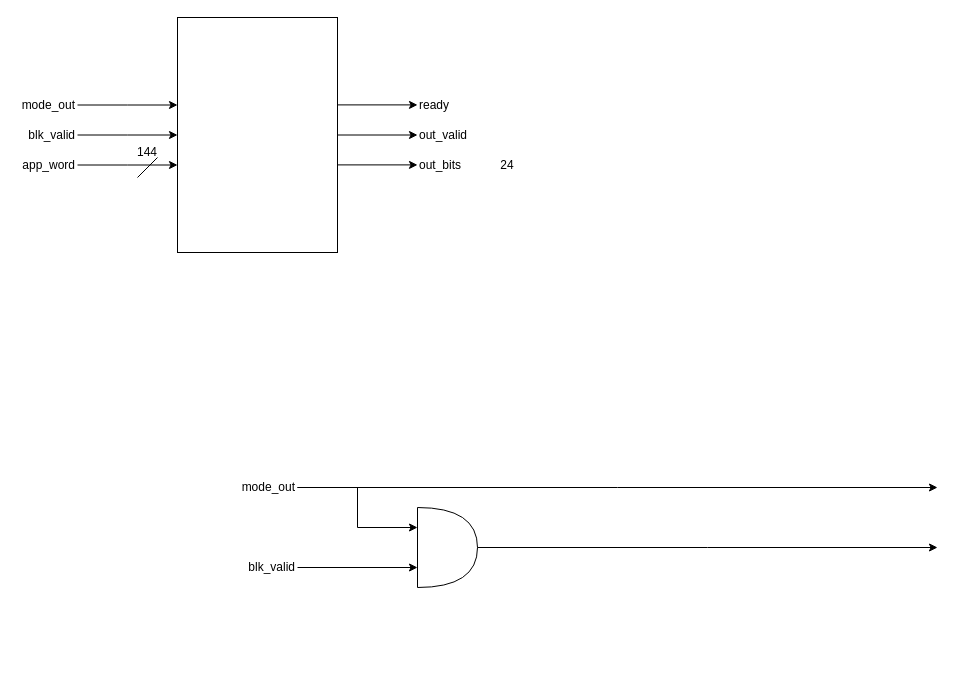
This is page "MODE_SELECT" (4 of 4) of images/LDP_DECODER.drawio from Jacksurfer2005/SummerInternshipPorject, a draw.io file, before an edit. Source tidied: cells renumbered, new cells numbered last; positions are measured from the earlier drawing's top-left corner, leaving out a move shared by most shapes. Both pictures are drawn from the tidied source at 100%, with x=0, y=0 at pixel (17, 17).
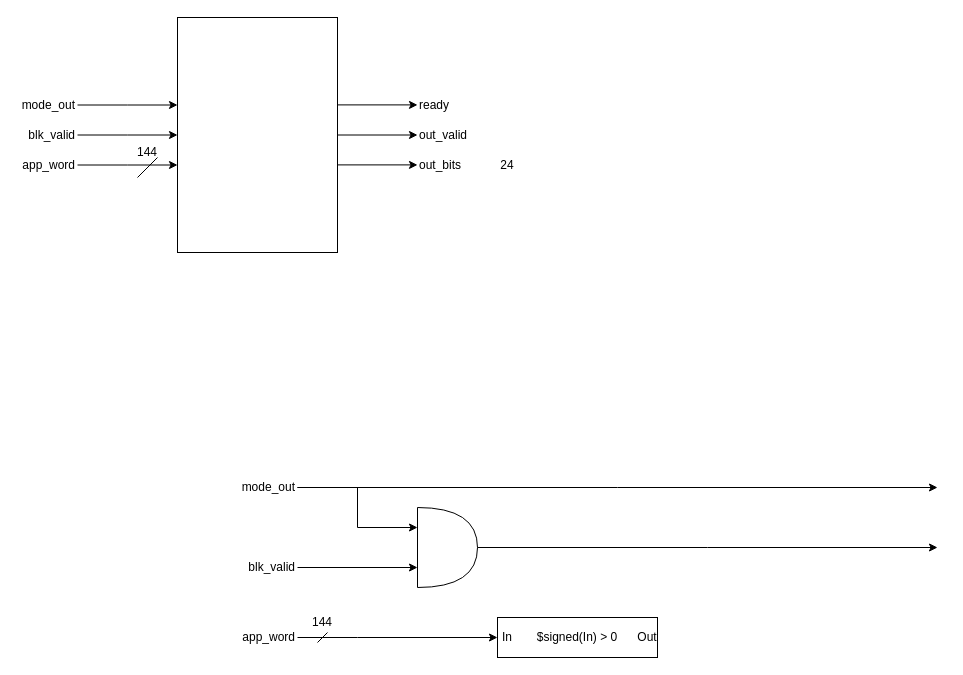
After the change.

Commit message:
Cập nhật LDP_DECODER.drawio

Change to the diagram source:
```diff
@@
+    <mxCell id="25" style="edgeStyle=orthogonalEdgeStyle;shape=connector;rounded=0;jettySize=auto;html=1;strokeColor=default;strokeWidth=1;align=center;verticalAlign=middle;fontFamily=Helvetica;fontSize=12;fontColor=default;labelBackgroundColor=default;endArrow=classic;entryX=0.333;entryY=0.5;entryDx=0;entryDy=0;entryPerimeter=0;" parent="1" edge="1" source="26" target="30">
+      <mxGeometry relative="1" as="geometry">
+        <Array as="points">
+          <mxPoint x="340" y="620" />
+          <mxPoint x="340" y="620" />
+        </Array>
+      </mxGeometry>
+    </mxCell>
+    <mxCell id="26" value="app_word" style="text;html=1;whiteSpace=wrap;strokeColor=none;fillColor=none;align=right;verticalAlign=middle;rounded=0;fontFamily=Helvetica;fontSize=12;fontColor=default;" parent="1" vertex="1">
+      <mxGeometry x="220" y="605" width="60" height="30" as="geometry" />
+    </mxCell>
+    <mxCell id="27" value="$signed(In) &amp;gt; 0" style="rounded=0;whiteSpace=wrap;html=1;fillColor=none;" parent="1" vertex="1">
+      <mxGeometry x="480" y="600" width="160" height="40" as="geometry" />
+    </mxCell>
+    <mxCell id="28" style="endArrow=none;html=1;rounded=0;strokeColor=default;strokeWidth=1;align=center;verticalAlign=middle;fontFamily=Helvetica;fontSize=12;fontColor=default;labelBackgroundColor=default;" parent="1" edge="1">
+      <mxGeometry relative="1" as="geometry">
+        <mxPoint x="300" y="625" as="sourcePoint" />
+        <mxPoint x="310" y="615" as="targetPoint" />
+      </mxGeometry>
+    </mxCell>
+    <mxCell id="29" value="144" style="text;html=1;whiteSpace=wrap;strokeColor=none;fillColor=none;align=center;verticalAlign=middle;rounded=0;fontFamily=Helvetica;fontSize=12;fontColor=default;" parent="1" vertex="1">
+      <mxGeometry x="275" y="590" width="60" height="30" as="geometry" />
+    </mxCell>
+    <mxCell id="30" value="In" style="text;html=1;whiteSpace=wrap;strokeColor=none;fillColor=none;align=center;verticalAlign=middle;rounded=0;fontFamily=Helvetica;fontSize=12;fontColor=default;" parent="1" vertex="1">
+      <mxGeometry x="460" y="605" width="60" height="30" as="geometry" />
+    </mxCell>
+    <mxCell id="31" value="Out" style="text;html=1;whiteSpace=wrap;strokeColor=none;fillColor=none;align=center;verticalAlign=middle;rounded=0;fontFamily=Helvetica;fontSize=12;fontColor=default;" parent="1" vertex="1">
+      <mxGeometry x="600" y="605" width="60" height="30" as="geometry" />
+    </mxCell>
```
